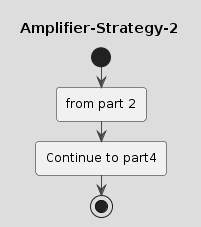
Above: drawings/Amplifier-Strategy-2.png in coding-to-music/plantuml-diagram-examples (PlantUML), before the change. The source it was exported from:
```plantuml
@startuml Amplifier-Strategy-2
!theme toy
title Amplifier-Strategy-2
start

:from part 2;



:Continue to part4;
stop
@enduml
```
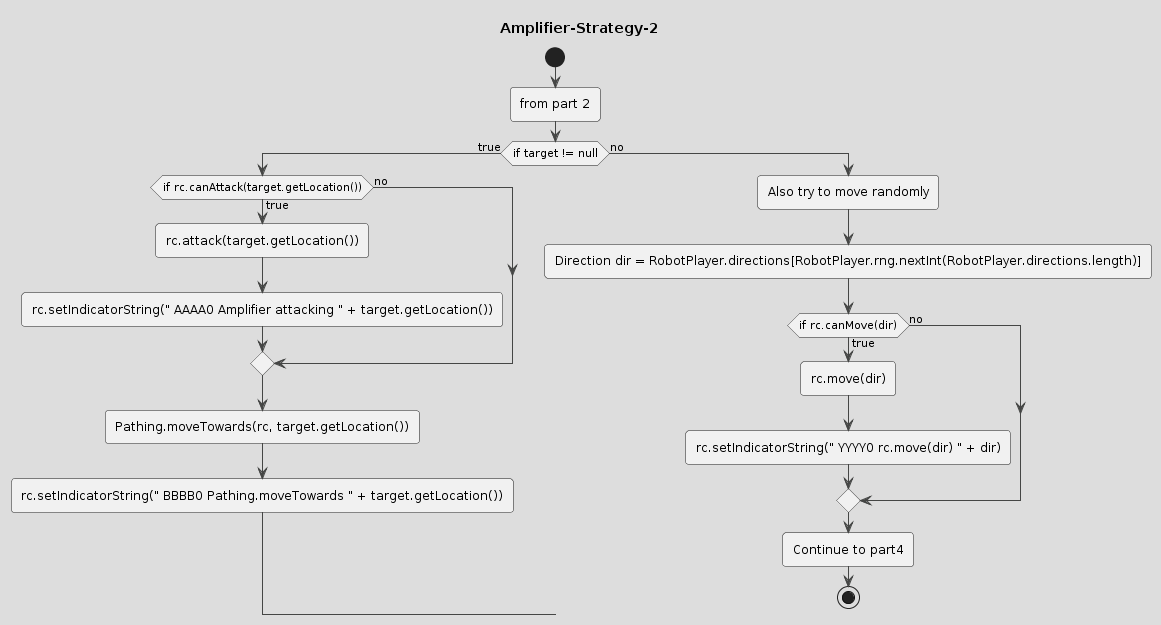
The same diagram one commit later.

The edit, as a diff of the source:
```diff
@@ -6,6 +6,22 @@
 :from part 2;
 
 
+if (if target != null) then (true)
+    if (if rc.canAttack(target.getLocation())) then (true)
+        :rc.attack(target.getLocation());
+        :rc.setIndicatorString(" AAAA0 Amplifier attacking " + target.getLocation());
+    else (no)
+    endif
+    :Pathing.moveTowards(rc, target.getLocation());
+    :rc.setIndicatorString(" BBBB0 Pathing.moveTowards " + target.getLocation());
+else (no)
+:Also try to move randomly;
+:Direction dir = RobotPlayer.directions[RobotPlayer.rng.nextInt(RobotPlayer.directions.length)];
+if (if rc.canMove(dir)) then (true)
+    :rc.move(dir);
+    :rc.setIndicatorString(" YYYY0 rc.move(dir) " + dir);
+else (no)
+endif
 
 :Continue to part4;
 stop
```
